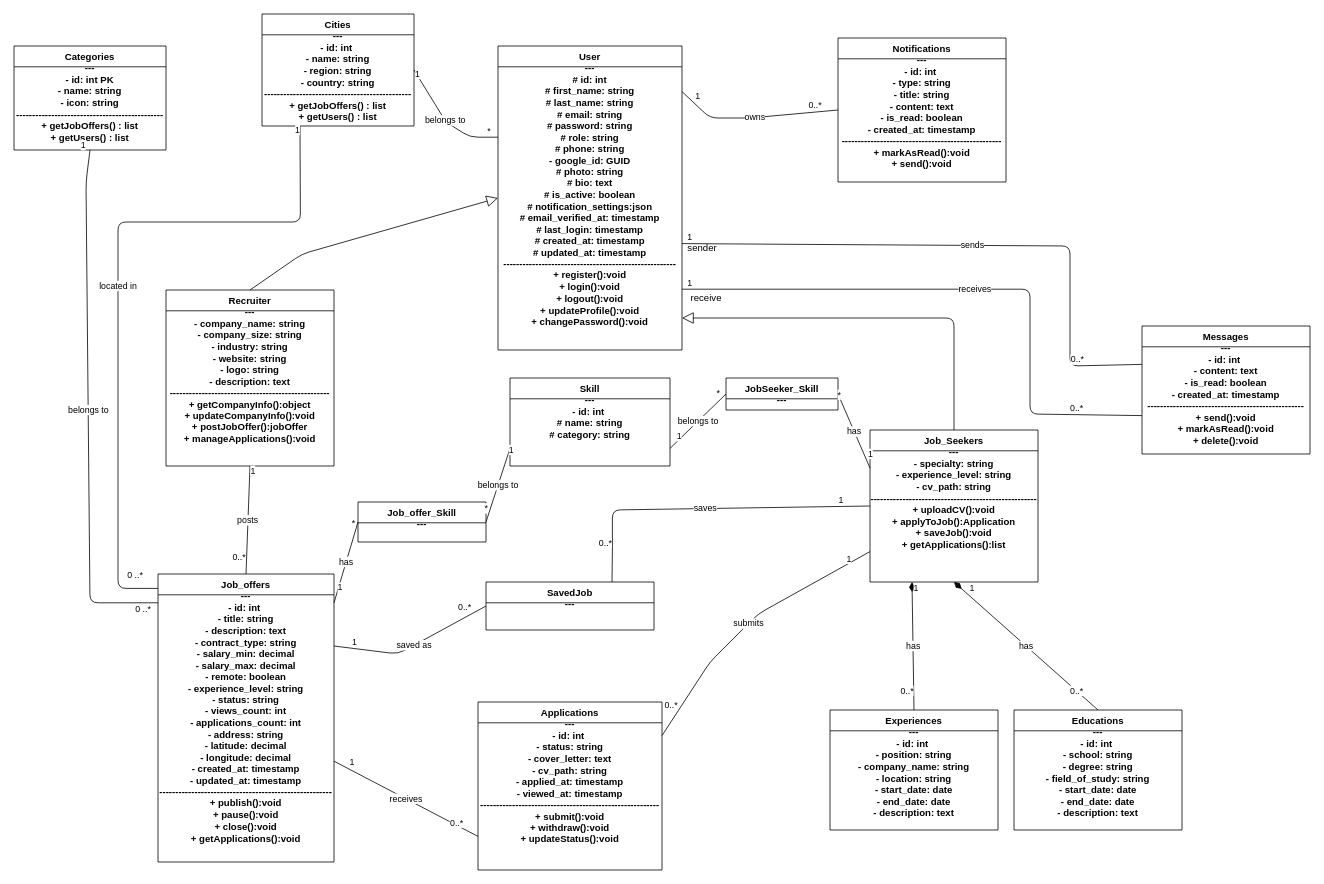
The draw.io diagram docs/uml.drawio in hamzalafsioui/Jolly_Jobs, before the edit. Source tidied: cells renumbered, new cells numbered last; positions are measured from the earlier drawing's top-left corner, leaving out a move shared by most shapes. Both pictures are drawn from the tidied source at 80%, with x=0, y=0 at pixel (14, 14).
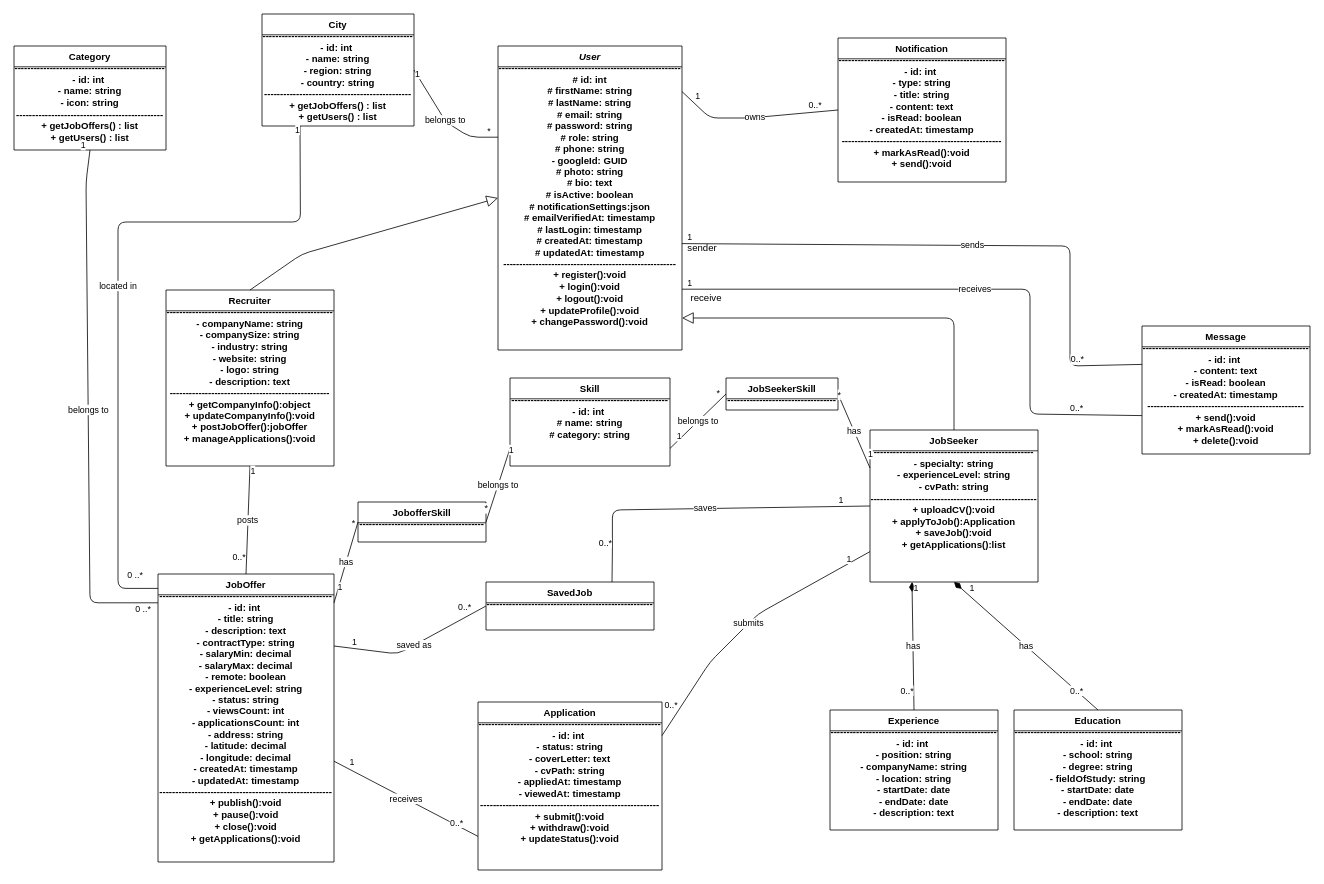
After the change.

Diff of the diagram source:
```diff
@@
-    <mxCell id="2" value="&lt;font style=&quot;color: rgb(0, 0, 0);&quot;&gt;User&lt;br&gt;---&lt;br&gt;&amp;nbsp;# id: int&amp;nbsp;&lt;br&gt;# first_name: string&lt;br&gt;# last_name: string&lt;br&gt;# email: string&lt;br&gt;# password: string&lt;br&gt;# role: string&lt;br&gt;# phone: string&lt;br&gt;&lt;/font&gt;&lt;div&gt;&lt;font style=&quot;color: rgb(0, 0, 0);&quot;&gt;- google_id: GUID&lt;br&gt;# photo: string&lt;br&gt;# bio: text&lt;br&gt;# is_active: boolean&lt;/font&gt;&lt;/div&gt;&lt;div&gt;&lt;font style=&quot;color: rgb(0, 0, 0);&quot;&gt;# notification_settings:json&lt;br&gt;# email_verified_at: timestamp&lt;br&gt;# last_login: timestamp&lt;br&gt;# created_at: timestamp&lt;br&gt;# updated_at: timestamp&lt;br&gt;------------------------------------------------------&lt;br&gt;+ register():void&lt;br&gt;+ login():void&lt;br&gt;+ logout():void&lt;br&gt;+ updateProfile():void&lt;br&gt;+ changePassword():void&lt;/font&gt;&lt;/div&gt;" style="swimlane;fontStyle=1;align=center;verticalAlign=top;horizontal=1;startSize=26;whiteSpace=wrap;html=1;" parent="1" vertex="1">
+    <mxCell id="2" value="&lt;font style=&quot;color: rgb(0, 0, 0);&quot;&gt;&lt;i&gt;User&lt;/i&gt;&lt;br&gt;---------------------------------------------------------&lt;br&gt;&amp;nbsp;# id: int&amp;nbsp;&lt;br&gt;# firstName: string&lt;br&gt;# lastName: string&lt;br&gt;# email: string&lt;br&gt;# password: string&lt;br&gt;# role: string&lt;br&gt;# phone: string&lt;br&gt;&lt;/font&gt;&lt;div&gt;&lt;font style=&quot;color: rgb(0, 0, 0);&quot;&gt;- googleId: GUID&lt;br&gt;# photo: string&lt;br&gt;# bio: text&lt;br&gt;# isActive: boolean&lt;/font&gt;&lt;/div&gt;&lt;div&gt;&lt;font style=&quot;color: rgb(0, 0, 0);&quot;&gt;# notificationSettings:json&lt;br&gt;# emailVerifiedAt: timestamp&lt;br&gt;# lastLogin: timestamp&lt;br&gt;# createdAt: timestamp&lt;br&gt;# updatedAt: timestamp&lt;br&gt;------------------------------------------------------&lt;br&gt;+ register():void&lt;br&gt;+ login():void&lt;br&gt;+ logout():void&lt;br&gt;+ updateProfile():void&lt;br&gt;+ changePassword():void&lt;/font&gt;&lt;/div&gt;" style="swimlane;fontStyle=1;align=center;verticalAlign=top;horizontal=1;startSize=26;whiteSpace=wrap;html=1;" parent="1" vertex="1">
       <mxGeometry x="605" y="40" width="230" height="380" as="geometry" />
     </mxCell>
-    <mxCell id="3" value="Cities&lt;br&gt;---&lt;br&gt;- id: int&amp;nbsp;&lt;br&gt;- name: string&lt;br&gt;- region: string&lt;br&gt;- country: string&lt;br&gt;----------------------------------------------&lt;br&gt;+ getJobOffers() : list&lt;br&gt;+ getUsers() : list" style="swimlane;fontStyle=1;align=center;verticalAlign=top;horizontal=1;startSize=26;whiteSpace=wrap;html=1;" parent="1" vertex="1">
+    <mxCell id="3" value="City&lt;br&gt;-----------------------------------------------&lt;br&gt;- id: int&amp;nbsp;&lt;br&gt;- name: string&lt;br&gt;- region: string&lt;br&gt;- country: string&lt;br&gt;----------------------------------------------&lt;br&gt;+ getJobOffers() : list&lt;br&gt;+ getUsers() : list" style="swimlane;fontStyle=1;align=center;verticalAlign=top;horizontal=1;startSize=26;whiteSpace=wrap;html=1;" parent="1" vertex="1">
       <mxGeometry x="310" width="190" height="140" as="geometry" />
     </mxCell>
-    <mxCell id="4" value="Categories&lt;br&gt;---&lt;br&gt;- id: int PK&lt;br&gt;- name: string&lt;br&gt;- icon: string&lt;br&gt;----------------------------------------------&lt;br&gt;+ getJobOffers() : list&lt;div&gt;&lt;font style=&quot;color: rgb(0, 0, 0);&quot;&gt;+ getUsers() : list&lt;/font&gt;&lt;/div&gt;" style="swimlane;fontStyle=1;align=center;verticalAlign=top;horizontal=1;startSize=26;whiteSpace=wrap;html=1;" parent="1" vertex="1">
+    <mxCell id="4" value="Category&lt;br&gt;-----------------------------------------------&lt;br&gt;- id: int&amp;nbsp;&lt;br&gt;- name: string&lt;br&gt;- icon: string&lt;br&gt;----------------------------------------------&lt;br&gt;+ getJobOffers() : list&lt;div&gt;&lt;font style=&quot;color: rgb(0, 0, 0);&quot;&gt;+ getUsers() : list&lt;/font&gt;&lt;/div&gt;" style="swimlane;fontStyle=1;align=center;verticalAlign=top;horizontal=1;startSize=26;whiteSpace=wrap;html=1;" parent="1" vertex="1">
       <mxGeometry y="40" width="190" height="130" as="geometry" />
     </mxCell>
-    <mxCell id="5" value="Recruiter&lt;br&gt;---&lt;br&gt;- company_name: string&lt;br&gt;- company_size: string&lt;br&gt;- industry: string&lt;br&gt;- website: string&lt;br&gt;- logo: string&lt;br&gt;- description: text&lt;br&gt;--------------------------------------------------&lt;br&gt;+ getCompanyInfo():object&lt;br&gt;+ updateCompanyInfo():void&lt;br&gt;+ postJobOffer():jobOffer&lt;br&gt;+ manageApplications():void" style="swimlane;fontStyle=1;align=center;verticalAlign=top;horizontal=1;startSize=26;whiteSpace=wrap;html=1;" parent="1" vertex="1">
+    <mxCell id="5" value="Recruiter&lt;br&gt;----------------------------------------------------&lt;br&gt;- companyName: string&lt;br&gt;- companySize: string&lt;br&gt;- industry: string&lt;br&gt;- website: string&lt;br&gt;- logo: string&lt;br&gt;- description: text&lt;br&gt;--------------------------------------------------&lt;br&gt;+ getCompanyInfo():object&lt;br&gt;+ updateCompanyInfo():void&lt;br&gt;+ postJobOffer():jobOffer&lt;br&gt;+ manageApplications():void" style="swimlane;fontStyle=1;align=center;verticalAlign=top;horizontal=1;startSize=26;whiteSpace=wrap;html=1;" parent="1" vertex="1">
       <mxGeometry x="190" y="345" width="210" height="220" as="geometry" />
     </mxCell>
-    <mxCell id="6" value="Job_Seekers&lt;br&gt;---&lt;br&gt;- specialty: string&lt;br&gt;- experience_level: string&lt;br&gt;- cv_path: string&lt;br&gt;----------------------------------------------------&lt;br&gt;+ uploadCV():void&lt;br&gt;+ applyToJob():Application&lt;br&gt;+ saveJob():void&lt;br&gt;+ getApplications():list" style="swimlane;fontStyle=1;align=center;verticalAlign=top;horizontal=1;startSize=26;whiteSpace=wrap;html=1;" parent="1" vertex="1">
+    <mxCell id="6" value="JobSeeker&lt;br&gt;--------------------------------------------------&lt;br&gt;- specialty: string&lt;br&gt;- experienceLevel: string&lt;br&gt;- cvPath: string&lt;br&gt;----------------------------------------------------&lt;br&gt;+ uploadCV():void&lt;br&gt;+ applyToJob():Application&lt;br&gt;+ saveJob():void&lt;br&gt;+ getApplications():list" style="swimlane;fontStyle=1;align=center;verticalAlign=top;horizontal=1;startSize=26;whiteSpace=wrap;html=1;" parent="1" vertex="1">
       <mxGeometry x="1070" y="520" width="210" height="190" as="geometry" />
     </mxCell>
-    <mxCell id="7" value="Notifications&lt;br&gt;---&lt;br&gt;- id: int&amp;nbsp;&lt;br&gt;- type: string&lt;br&gt;- title: string&lt;br&gt;- content: text&lt;br&gt;- is_read: boolean&lt;br&gt;- created_at: timestamp&lt;br&gt;--------------------------------------------------&lt;br&gt;+ markAsRead():void&lt;br&gt;+ send():void" style="swimlane;fontStyle=1;align=center;verticalAlign=top;horizontal=1;startSize=26;whiteSpace=wrap;html=1;" parent="1" vertex="1">
+    <mxCell id="7" value="Notification&lt;br&gt;----------------------------------------------------&lt;br&gt;- id: int&amp;nbsp;&lt;br&gt;- type: string&lt;br&gt;- title: string&lt;br&gt;- content: text&lt;br&gt;- isRead: boolean&lt;br&gt;- createdAt: timestamp&lt;br&gt;--------------------------------------------------&lt;br&gt;+ markAsRead():void&lt;br&gt;+ send():void" style="swimlane;fontStyle=1;align=center;verticalAlign=top;horizontal=1;startSize=26;whiteSpace=wrap;html=1;" parent="1" vertex="1">
       <mxGeometry x="1030" y="30" width="210" height="180" as="geometry" />
     </mxCell>
-    <mxCell id="8" value="Messages&lt;br&gt;---&lt;br&gt;- id: int&amp;nbsp;&lt;br&gt;- content: text&lt;br&gt;- is_read: boolean&lt;br&gt;- created_at: timestamp&lt;br&gt;-------------------------------------------------&lt;br&gt;+ send():void&lt;br&gt;+ markAsRead():void&lt;br&gt;+ delete():void" style="swimlane;fontStyle=1;align=center;verticalAlign=top;horizontal=1;startSize=26;whiteSpace=wrap;html=1;" parent="1" vertex="1">
+    <mxCell id="8" value="Message&lt;br&gt;----------------------------------------------------&lt;br&gt;- id: int&amp;nbsp;&lt;br&gt;- content: text&lt;br&gt;- isRead: boolean&lt;br&gt;- createdAt: timestamp&lt;br&gt;-------------------------------------------------&lt;br&gt;+ send():void&lt;br&gt;+ markAsRead():void&lt;br&gt;+ delete():void" style="swimlane;fontStyle=1;align=center;verticalAlign=top;horizontal=1;startSize=26;whiteSpace=wrap;html=1;" parent="1" vertex="1">
       <mxGeometry x="1410" y="390" width="210" height="160" as="geometry" />
     </mxCell>
-    <mxCell id="9" value="&lt;font style=&quot;color: rgb(0, 0, 0);&quot;&gt;Job_offers&lt;br&gt;---&lt;br&gt;- id: int&amp;nbsp;&lt;br&gt;- title: string&lt;br&gt;- description: text&lt;br&gt;- contract_type: string&lt;br&gt;- salary_min: decimal&lt;br&gt;- salary_max: decimal&lt;br&gt;- remote: boolean&lt;br&gt;- experience_level: string&lt;br&gt;- status: string&lt;br&gt;- views_count: int&lt;br&gt;- applications_count: int&lt;/font&gt;&lt;div&gt;&lt;font style=&quot;color: rgb(0, 0, 0);&quot;&gt;- address: string&lt;/font&gt;&lt;/div&gt;&lt;div&gt;&lt;font style=&quot;color: rgb(0, 0, 0);&quot;&gt;- latitude: decimal&lt;/font&gt;&lt;/div&gt;&lt;div&gt;&lt;font style=&quot;color: rgb(0, 0, 0);&quot;&gt;- longitude: decimal&lt;br&gt;- created_at: timestamp&lt;br&gt;- updated_at: timestamp&lt;br&gt;------------------------------------------------------&lt;br&gt;+ publish():void&lt;br&gt;+ pause():void&lt;br&gt;+ close():void&lt;br&gt;+ getApplications():void&lt;/font&gt;&lt;/div&gt;" style="swimlane;fontStyle=1;align=center;verticalAlign=top;horizontal=1;startSize=26;whiteSpace=wrap;html=1;" parent="1" vertex="1">
+    <mxCell id="9" value="&lt;font style=&quot;color: rgb(0, 0, 0);&quot;&gt;JobOffer&lt;br&gt;------------------------------------------------------&lt;br&gt;- id: int&amp;nbsp;&lt;br&gt;- title: string&lt;br&gt;- description: text&lt;br&gt;- contractType: string&lt;br&gt;- salaryMin: decimal&lt;br&gt;- salaryMax: decimal&lt;br&gt;- remote: boolean&lt;br&gt;- experienceLevel: string&lt;br&gt;- status: string&lt;br&gt;- viewsCount: int&lt;br&gt;- applicationsCount: int&lt;/font&gt;&lt;div&gt;&lt;font style=&quot;color: rgb(0, 0, 0);&quot;&gt;- address: string&lt;/font&gt;&lt;/div&gt;&lt;div&gt;&lt;font style=&quot;color: rgb(0, 0, 0);&quot;&gt;- latitude: decimal&lt;/font&gt;&lt;/div&gt;&lt;div&gt;&lt;font style=&quot;color: rgb(0, 0, 0);&quot;&gt;- longitude: decimal&lt;br&gt;- createdAt: timestamp&lt;br&gt;- updatedAt: timestamp&lt;br&gt;------------------------------------------------------&lt;br&gt;+ publish():void&lt;br&gt;+ pause():void&lt;br&gt;+ close():void&lt;br&gt;+ getApplications():void&lt;/font&gt;&lt;/div&gt;" style="swimlane;fontStyle=1;align=center;verticalAlign=top;horizontal=1;startSize=26;whiteSpace=wrap;html=1;" parent="1" vertex="1">
       <mxGeometry x="180" y="700" width="220" height="360" as="geometry" />
     </mxCell>
-    <mxCell id="10" value="Skill&lt;br&gt;---&lt;br&gt;- id: int&amp;nbsp;&lt;br&gt;# name: string&lt;br&gt;# category: string" style="swimlane;fontStyle=1;align=center;verticalAlign=top;horizontal=1;startSize=26;whiteSpace=wrap;html=1;" parent="1" vertex="1">
+    <mxCell id="10" value="Skill&lt;br&gt;-------------------------------------------------&lt;br&gt;- id: int&amp;nbsp;&lt;br&gt;# name: string&lt;br&gt;# category: string" style="swimlane;fontStyle=1;align=center;verticalAlign=top;horizontal=1;startSize=26;whiteSpace=wrap;html=1;" parent="1" vertex="1">
       <mxGeometry x="620" y="455" width="200" height="110" as="geometry" />
     </mxCell>
-    <mxCell id="11" value="Educations&lt;br&gt;---&lt;br&gt;- id: int&amp;nbsp;&lt;br&gt;- school: string&lt;br&gt;- degree: string&lt;br&gt;- field_of_study: string&lt;br&gt;- start_date: date&lt;br&gt;- end_date: date&lt;br&gt;- description: text" style="swimlane;fontStyle=1;align=center;verticalAlign=top;horizontal=1;startSize=26;whiteSpace=wrap;html=1;" parent="1" vertex="1">
+    <mxCell id="11" value="Education&lt;br&gt;----------------------------------------------------&lt;br&gt;- id: int&amp;nbsp;&lt;br&gt;- school: string&lt;br&gt;- degree: string&lt;br&gt;- fieldOfStudy: string&lt;br&gt;- startDate: date&lt;br&gt;- endDate: date&lt;br&gt;- description: text" style="swimlane;fontStyle=1;align=center;verticalAlign=top;horizontal=1;startSize=26;whiteSpace=wrap;html=1;" parent="1" vertex="1">
       <mxGeometry x="1250" y="870" width="210" height="150" as="geometry" />
     </mxCell>
-    <mxCell id="12" value="Experiences&lt;br&gt;---&lt;br&gt;- id: int&amp;nbsp;&lt;br&gt;- position: string&lt;br&gt;- company_name: string&lt;br&gt;- location: string&lt;br&gt;- start_date: date&lt;br&gt;- end_date: date&lt;br&gt;- description: text" style="swimlane;fontStyle=1;align=center;verticalAlign=top;horizontal=1;startSize=26;whiteSpace=wrap;html=1;" parent="1" vertex="1">
+    <mxCell id="12" value="Experience&lt;br&gt;----------------------------------------------------&lt;br&gt;- id: int&amp;nbsp;&lt;br&gt;- position: string&lt;br&gt;- companyName: string&lt;br&gt;- location: string&lt;br&gt;- startDate: date&lt;br&gt;- endDate: date&lt;br&gt;- description: text" style="swimlane;fontStyle=1;align=center;verticalAlign=top;horizontal=1;startSize=26;whiteSpace=wrap;html=1;" parent="1" vertex="1">
       <mxGeometry x="1020" y="870" width="210" height="150" as="geometry" />
     </mxCell>
-    <mxCell id="13" value="Applications&lt;br&gt;---&lt;br&gt;- id: int&amp;nbsp;&lt;br&gt;- status: string&lt;br&gt;- cover_letter: text&lt;br&gt;- cv_path: string&lt;br&gt;- applied_at: timestamp&lt;br&gt;- viewed_at: timestamp&lt;br&gt;--------------------------------------------------------&lt;br&gt;+ submit():void&lt;br&gt;+ withdraw():void&lt;br&gt;+ updateStatus():void" style="swimlane;fontStyle=1;align=center;verticalAlign=top;horizontal=1;startSize=26;whiteSpace=wrap;html=1;" parent="1" vertex="1">
+    <mxCell id="13" value="Application&lt;br&gt;---------------------------------------------------------&lt;br&gt;- id: int&amp;nbsp;&lt;br&gt;- status: string&lt;br&gt;- coverLetter: text&lt;br&gt;- cvPath: string&lt;br&gt;- appliedAt: timestamp&lt;br&gt;- viewedAt: timestamp&lt;br&gt;--------------------------------------------------------&lt;br&gt;+ submit():void&lt;br&gt;+ withdraw():void&lt;br&gt;+ updateStatus():void" style="swimlane;fontStyle=1;align=center;verticalAlign=top;horizontal=1;startSize=26;whiteSpace=wrap;html=1;" parent="1" vertex="1">
       <mxGeometry x="580" y="860" width="230" height="210" as="geometry" />
     </mxCell>
-    <mxCell id="14" value="SavedJob&lt;br&gt;---&lt;div&gt;&lt;br/&gt;&lt;/div&gt;" style="swimlane;fontStyle=1;align=center;verticalAlign=top;horizontal=1;startSize=26;whiteSpace=wrap;html=1;" parent="1" vertex="1">
+    <mxCell id="14" value="SavedJob&lt;br&gt;----------------------------------------------------&lt;div&gt;&lt;br&gt;&lt;/div&gt;" style="swimlane;fontStyle=1;align=center;verticalAlign=top;horizontal=1;startSize=26;whiteSpace=wrap;html=1;" parent="1" vertex="1">
       <mxGeometry x="590" y="710" width="210" height="60" as="geometry" />
     </mxCell>
@@
-    <mxCell id="37" value="Job_offer_Skill&lt;br&gt;---&lt;div&gt;&lt;br&gt;&lt;/div&gt;" style="swimlane;fontStyle=1;align=center;verticalAlign=top;horizontal=1;startSize=26;whiteSpace=wrap;html=1;" parent="1" vertex="1">
+    <mxCell id="37" value="JobofferSkill&lt;br&gt;---------------------------------------&lt;div&gt;&lt;br&gt;&lt;/div&gt;" style="swimlane;fontStyle=1;align=center;verticalAlign=top;horizontal=1;startSize=26;whiteSpace=wrap;html=1;" parent="1" vertex="1">
       <mxGeometry x="430" y="610" width="160" height="50" as="geometry" />
     </mxCell>
-    <mxCell id="38" value="JobSeeker_Skill&lt;br&gt;---&lt;div&gt;&lt;br/&gt;&lt;/div&gt;" style="swimlane;fontStyle=1;align=center;verticalAlign=top;horizontal=1;startSize=26;whiteSpace=wrap;html=1;" parent="1" vertex="1">
+    <mxCell id="38" value="JobSeekerSkill&lt;br&gt;----------------------------------&lt;div&gt;&lt;br&gt;&lt;/div&gt;" style="swimlane;fontStyle=1;align=center;verticalAlign=top;horizontal=1;startSize=26;whiteSpace=wrap;html=1;" parent="1" vertex="1">
       <mxGeometry x="890" y="455" width="140" height="40" as="geometry" />
     </mxCell>
```
